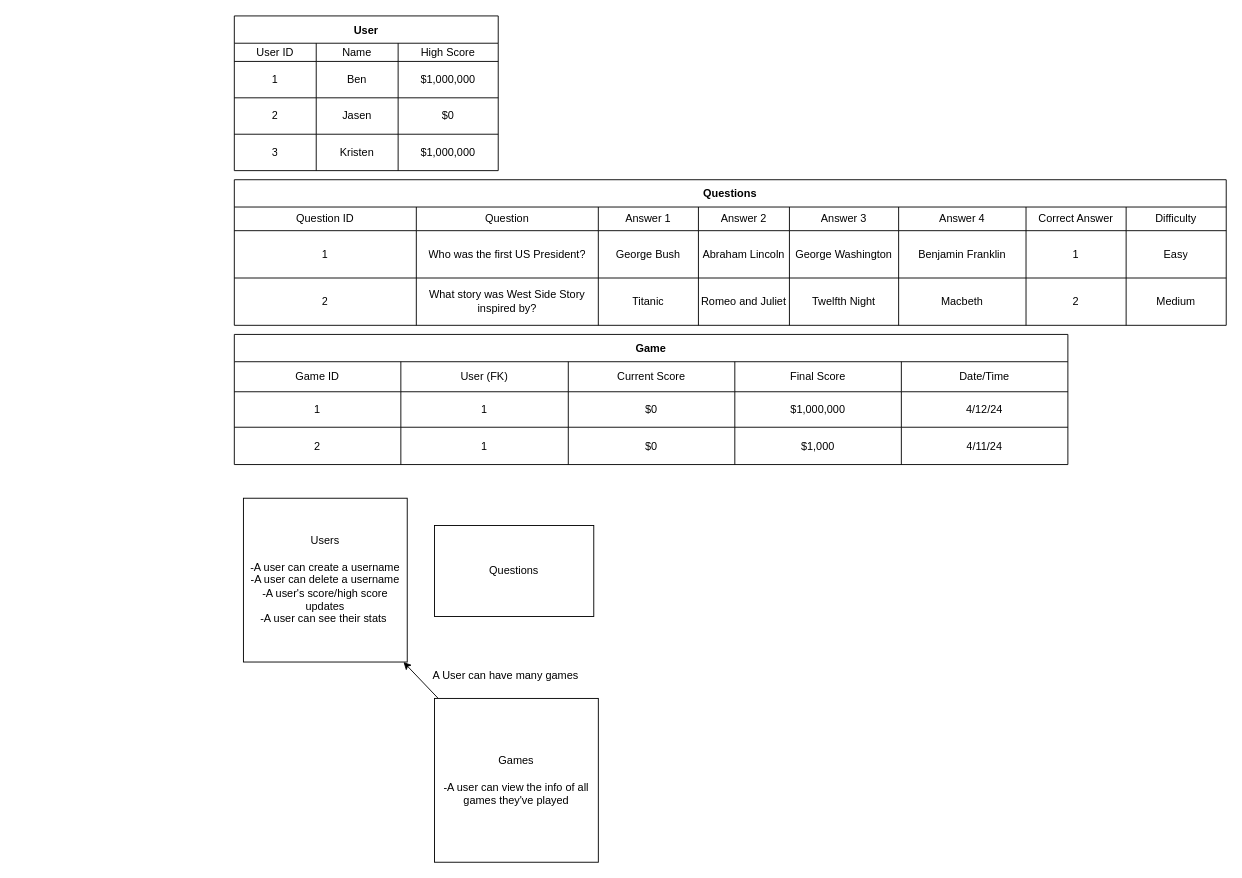
BenRagland/WWTBAM keeps this draw.io diagram as assets/database.drawio. Above is the earlier version. Source tidied: cells renumbered, new cells numbered last; positions are measured from the earlier drawing's top-left corner, leaving out a move shared by most shapes. Both pictures are drawn from the tidied source at 91%, with x=0, y=0 at pixel (234, 15).
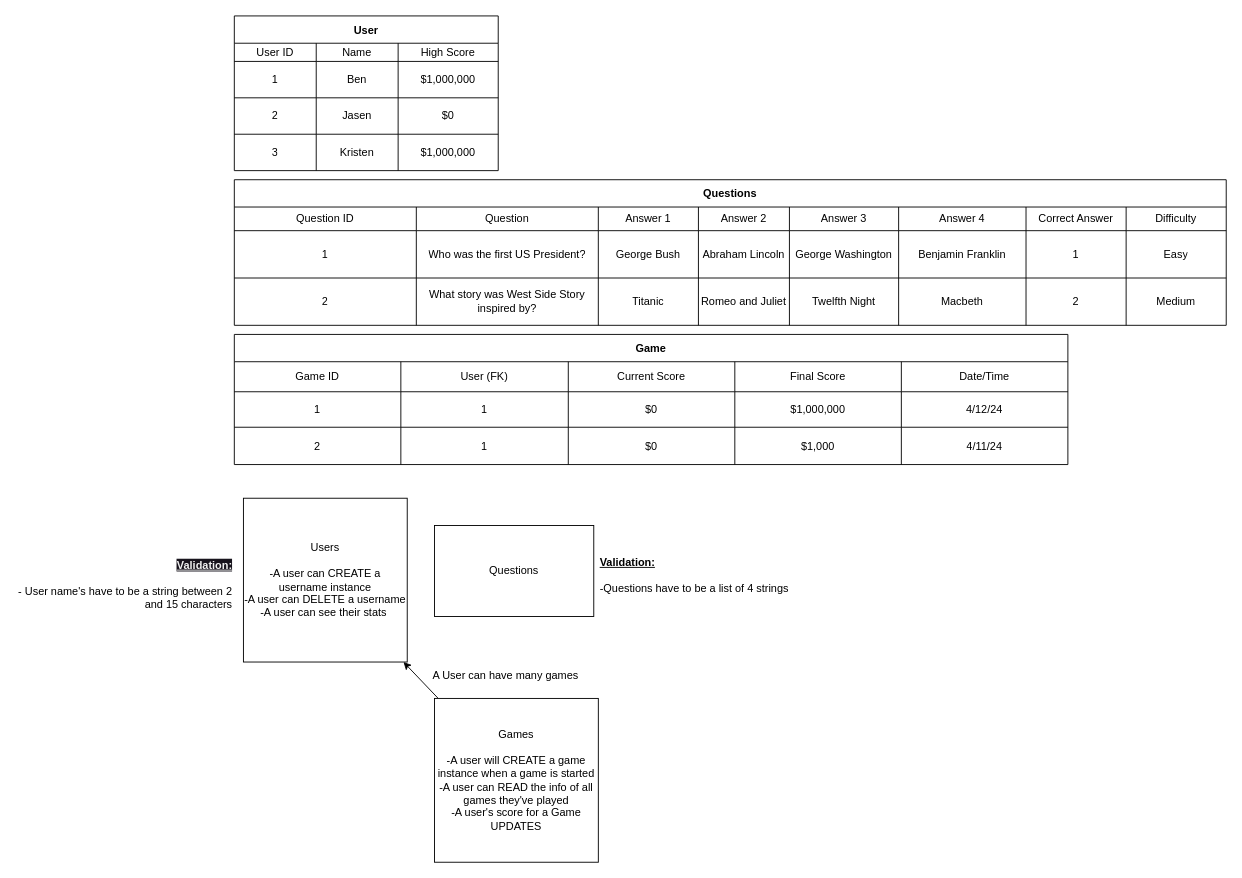
Above is the later version.

What changed in the source:
```diff
@@
-    <mxCell id="2" value="Users&lt;br&gt;&lt;br&gt;-A user can create a username&lt;br&gt;-A user can delete a username&lt;br&gt;-A user's score/high score updates&lt;br&gt;-A user can see their stats&amp;nbsp;" style="rounded=0;whiteSpace=wrap;html=1;" parent="1" vertex="1">
+    <mxCell id="2" value="Users&lt;br&gt;&lt;br&gt;-A user can CREATE a username instance&lt;br&gt;-A user can DELETE a username&lt;br&gt;-A user can see their stats&amp;nbsp;" style="rounded=0;whiteSpace=wrap;html=1;" parent="1" vertex="1">
       <mxGeometry x="10" y="530" width="180" height="180" as="geometry" />
     </mxCell>
@@
-    <mxCell id="69" value="Games&lt;br&gt;&lt;br&gt;-A user can view the info of all games they've played" style="rounded=0;whiteSpace=wrap;html=1;" parent="1" vertex="1">
+    <mxCell id="69" value="Games&lt;br&gt;&lt;br&gt;-A user will CREATE a game instance when a game is started&lt;br&gt;-A user can READ the info of all games they've played&lt;br&gt;-A user's score for a Game UPDATES" style="rounded=0;whiteSpace=wrap;html=1;" parent="1" vertex="1">
       <mxGeometry x="220" y="750" width="180" height="180" as="geometry" />
     </mxCell>
@@
+    <mxCell id="71" value="&lt;b&gt;&lt;u&gt;Validation:&lt;br&gt;&lt;/u&gt;&lt;/b&gt;&lt;br&gt;-Questions have to be a list of 4 strings" style="text;html=1;strokeColor=none;fillColor=none;align=left;verticalAlign=middle;whiteSpace=wrap;rounded=0;" parent="1" vertex="1">
+      <mxGeometry x="400" y="570" width="220" height="90" as="geometry" />
+    </mxCell>
+    <mxCell id="72" value="&lt;b style=&quot;border-color: rgb(0, 0, 0); color: rgb(240, 240, 240); font-family: Helvetica; font-size: 12px; font-style: normal; font-variant-ligatures: normal; font-variant-caps: normal; letter-spacing: normal; orphans: 2; text-indent: 0px; text-transform: none; widows: 2; word-spacing: 0px; -webkit-text-stroke-width: 0px; background-color: rgb(24, 20, 29); text-decoration-thickness: initial; text-decoration-style: initial; text-decoration-color: initial;&quot;&gt;&lt;u style=&quot;border-color: rgb(0, 0, 0);&quot;&gt;Validation:&lt;br style=&quot;border-color: rgb(0, 0, 0);&quot;&gt;&lt;/u&gt;&lt;/b&gt;&lt;br style=&quot;border-color: rgb(0, 0, 0); color: rgb(240, 240, 240); font-family: Helvetica; font-size: 12px; font-style: normal; font-variant-ligatures: normal; font-variant-caps: normal; font-weight: 400; letter-spacing: normal; orphans: 2; text-indent: 0px; text-transform: none; widows: 2; word-spacing: 0px; -webkit-text-stroke-width: 0px; background-color: rgb(24, 20, 29); text-decoration-thickness: initial; text-decoration-style: initial; text-decoration-color: initial;&quot;&gt;- User name's have to be a string between 2 and 15 characters" style="text;whiteSpace=wrap;html=1;align=right;" parent="1" vertex="1">
+      <mxGeometry x="-240" y="590" width="240" height="70" as="geometry" />
+    </mxCell>
```
